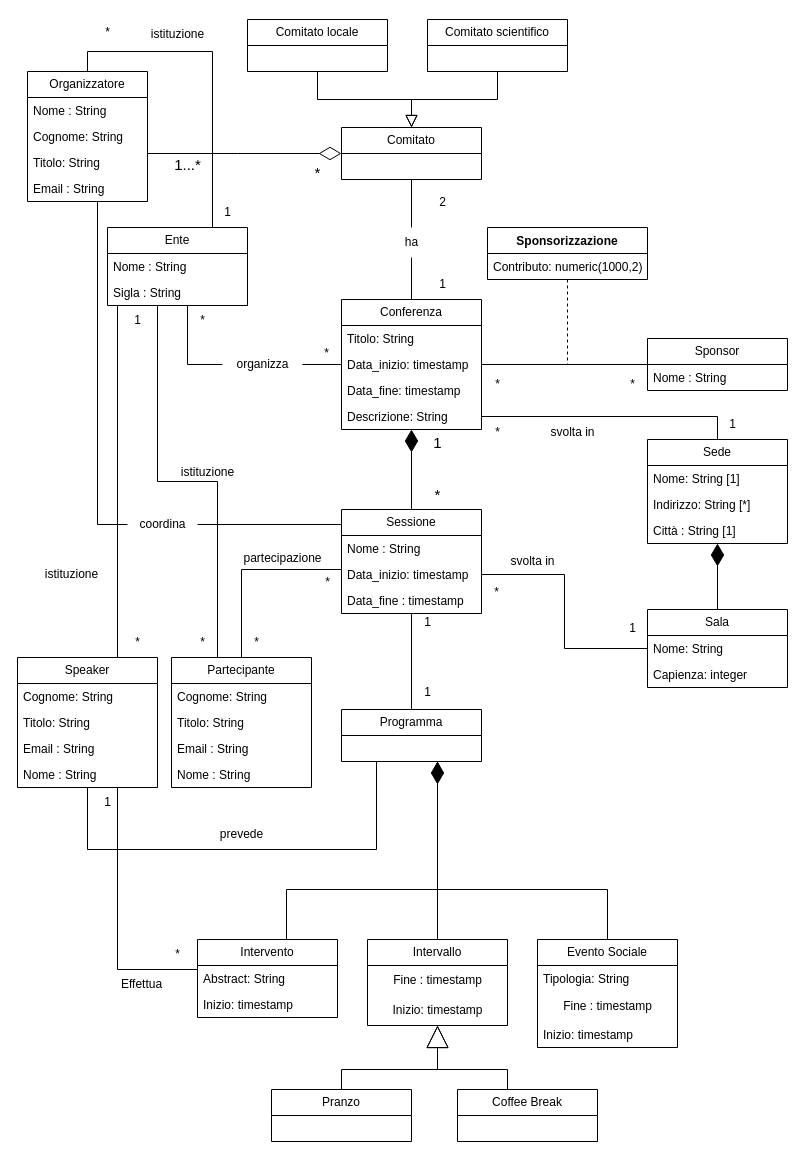
The draw.io diagram Documentazione/Documentazione_DB/Immagini/Schema_Concettuale.drawio in Antonio-Caporaso/OO-BD-22-23, before the edit. Source tidied: cells renumbered, new cells numbered last; positions are measured from the earlier drawing's top-left corner, leaving out a move shared by most shapes. Both pictures are drawn from the tidied source at 100%, with x=0, y=0 at pixel (17, 17).
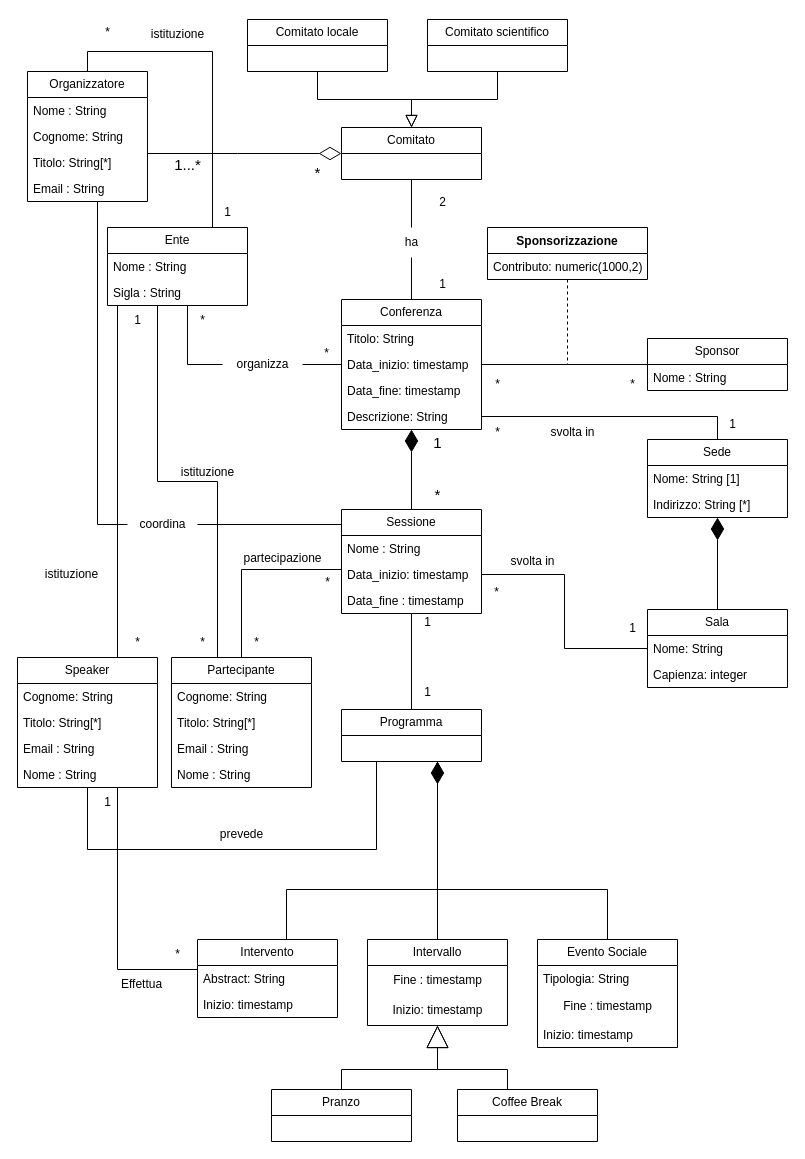
After the change.

Unchanged cells that the change refers to:
```xml
<mxCell id="2" value="Organizzatore" style="swimlane;fontStyle=0;horizontal=1;startSize=26;fillColor=none;whiteSpace=wrap;html=1;" parent="1" vertex="1">
  <mxGeometry x="10" y="54" width="120" height="130" as="geometry" />
</mxCell>
<mxCell id="71" value="Speaker" style="swimlane;fontStyle=0;horizontal=1;startSize=26;fillColor=none;whiteSpace=wrap;html=1;fontFamily=Helvetica;fontSize=12;fontColor=default;" parent="1" vertex="1">
  <mxGeometry y="640" width="140" height="130" as="geometry" />
</mxCell>
<mxCell id="78" value="Partecipante" style="swimlane;fontStyle=0;horizontal=1;startSize=26;fillColor=none;whiteSpace=wrap;html=1;fontFamily=Helvetica;fontSize=12;fontColor=default;" parent="1" vertex="1">
  <mxGeometry x="154" y="640" width="140" height="130" as="geometry" />
</mxCell>
```

What changed in the source:
```diff
@@
-    <mxCell id="5" value="Titolo: String" style="text;strokeColor=none;fillColor=none;align=left;verticalAlign=top;spacingLeft=4;spacingRight=4;overflow=hidden;whiteSpace=wrap;html=1;" parent="2" vertex="1">
+    <mxCell id="5" value="Titolo: String[*]" style="text;strokeColor=none;fillColor=none;align=left;verticalAlign=top;spacingLeft=4;spacingRight=4;overflow=hidden;whiteSpace=wrap;html=1;" parent="2" vertex="1">
       <mxGeometry y="78" width="120" height="26" as="geometry" />
     </mxCell>
@@
     <mxCell id="52" value="Sede" style="swimlane;fontStyle=0;horizontal=1;startSize=26;fillColor=none;whiteSpace=wrap;html=1;fontFamily=Helvetica;fontSize=12;fontColor=default;" parent="1" vertex="1">
-      <mxGeometry x="630" y="422" width="140" height="104" as="geometry" />
+      <mxGeometry x="630" y="422" width="140" height="78" as="geometry" />
     </mxCell>
@@
-    <mxCell id="55" value="Città : String [1]" style="text;strokeColor=none;fillColor=none;align=left;verticalAlign=top;spacingLeft=4;spacingRight=4;overflow=hidden;whiteSpace=wrap;html=1;fontSize=12;fontFamily=Helvetica;fontColor=default;" parent="52" vertex="1">
-      <mxGeometry y="78" width="140" height="26" as="geometry" />
-    </mxCell>
@@
-    <mxCell id="73" value="Titolo: String" style="text;strokeColor=none;fillColor=none;align=left;verticalAlign=top;spacingLeft=4;spacingRight=4;overflow=hidden;whiteSpace=wrap;html=1;" parent="71" vertex="1">
+    <mxCell id="73" value="Titolo: String[*]" style="text;strokeColor=none;fillColor=none;align=left;verticalAlign=top;spacingLeft=4;spacingRight=4;overflow=hidden;whiteSpace=wrap;html=1;" parent="71" vertex="1">
       <mxGeometry y="52" width="140" height="26" as="geometry" />
     </mxCell>
@@
-    <mxCell id="80" value="Titolo: String" style="text;strokeColor=none;fillColor=none;align=left;verticalAlign=top;spacingLeft=4;spacingRight=4;overflow=hidden;whiteSpace=wrap;html=1;" parent="78" vertex="1">
+    <mxCell id="80" value="Titolo: String[*]" style="text;strokeColor=none;fillColor=none;align=left;verticalAlign=top;spacingLeft=4;spacingRight=4;overflow=hidden;whiteSpace=wrap;html=1;" parent="78" vertex="1">
       <mxGeometry y="52" width="140" height="26" as="geometry" />
     </mxCell>
```
